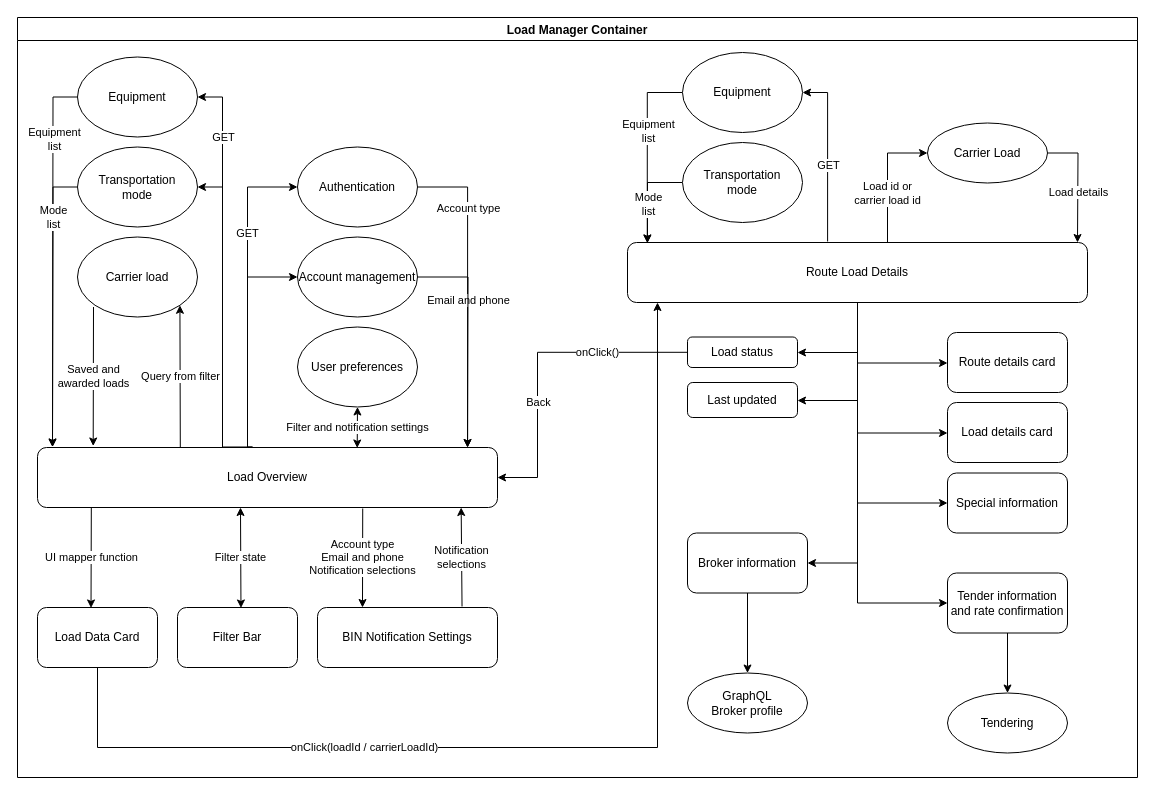
Earlier version of the draw.io diagram Untitled Diagram.drawio (eeevvaaa/drawio). Source tidied: cells renumbered, new cells numbered last; positions are measured from the earlier drawing's top-left corner, leaving out a move shared by most shapes. Both pictures are drawn from the tidied source at 100%, with x=0, y=0 at pixel (17, 17).
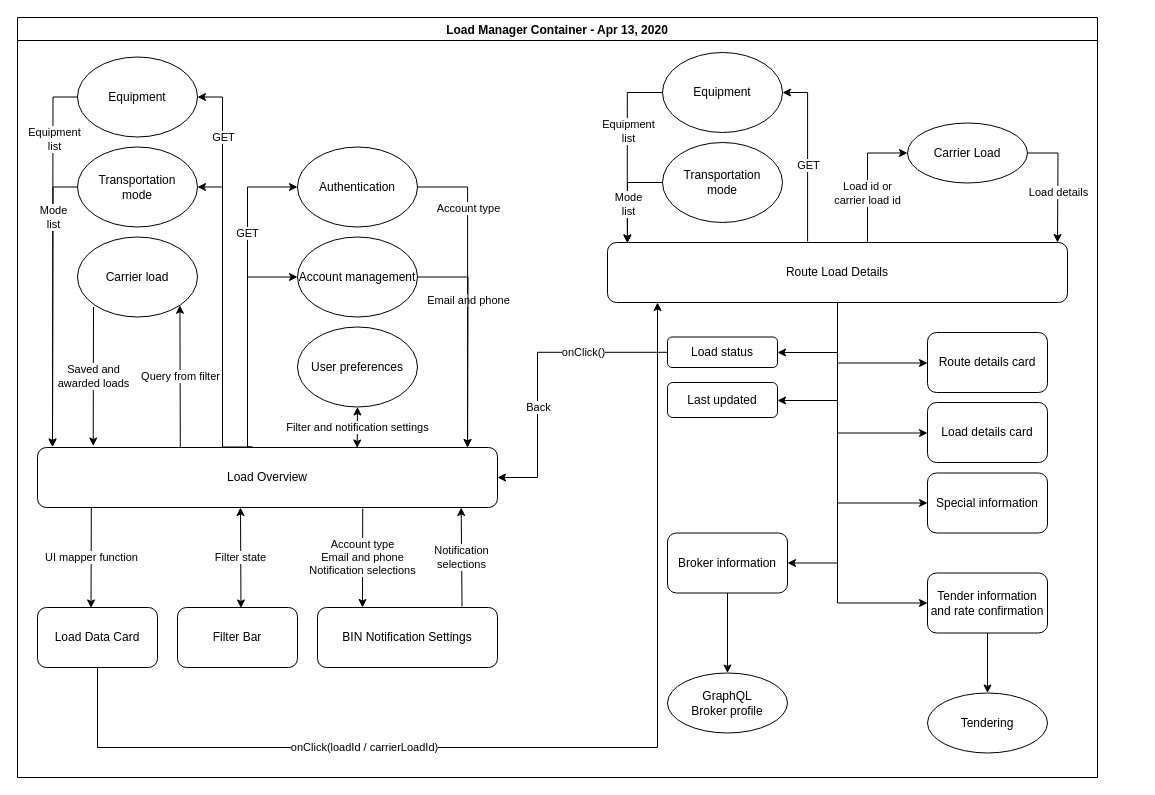
The same diagram, later.

Unchanged cells that the change refers to:
```xml
<mxCell id="62" value="onClick()" style="edgeStyle=orthogonalEdgeStyle;rounded=0;jettySize=auto;html=1;entryX=1;entryY=0.5;entryDx=0;entryDy=0;" parent="2" edge="1" source="64" target="11">
  <mxGeometry x="-0.43" relative="1" as="geometry">
    <Array as="points">
      <mxPoint x="520" y="335" />
      <mxPoint x="520" y="460" />
    </Array>
  </mxGeometry>
</mxCell>
```

Change to the diagram source:
```diff
@@
-<mxGraphModel>
+<mxGraphModel background="#FFFFFF">
@@
-    <mxCell id="2" value="Load Manager Container" style="swimlane;" parent="1" vertex="1">
-      <mxGeometry width="1120" height="760" as="geometry" />
+    <mxCell id="2" value="Load Manager Container - Apr 13, 2020" style="swimlane;" parent="1" vertex="1">
+      <mxGeometry width="1080" height="760" as="geometry" />
     </mxCell>
@@
     <mxCell id="34" value="Load id or&lt;br&gt;carrier load id" style="edgeStyle=orthogonalEdgeStyle;rounded=0;jettySize=auto;html=1;entryX=0;entryY=0.5;entryDx=0;entryDy=0;" parent="2" edge="1" source="35" target="53">
       <mxGeometry x="-0.24" relative="1" as="geometry">
         <Array as="points">
-          <mxPoint x="870" y="135.5" />
+          <mxPoint x="850" y="135.5" />
         </Array>
       </mxGeometry>
     </mxCell>
     <mxCell id="35" value="Route Load Details" style="whiteSpace=wrap;html=1;rounded=1;" parent="2" vertex="1">
-      <mxGeometry x="610" y="225" width="460" height="60" as="geometry" />
+      <mxGeometry x="590" y="225" width="460" height="60" as="geometry" />
     </mxCell>
@@
     <mxCell id="37" value="Route details card" style="whiteSpace=wrap;html=1;rounded=1;" parent="2" vertex="1">
-      <mxGeometry x="930" y="315" width="120" height="60" as="geometry" />
+      <mxGeometry x="910" y="315" width="120" height="60" as="geometry" />
     </mxCell>
     <mxCell id="38" style="edgeStyle=orthogonalEdgeStyle;rounded=0;jettySize=auto;html=1;" parent="2" edge="1" source="35" target="37">
       <mxGeometry relative="1" as="geometry">
         <Array as="points">
-          <mxPoint x="840" y="345.5" />
+          <mxPoint x="820" y="345.5" />
         </Array>
       </mxGeometry>
     </mxCell>
     <mxCell id="39" value="Load details card" style="whiteSpace=wrap;html=1;rounded=1;" parent="2" vertex="1">
-      <mxGeometry x="930" y="385" width="120" height="60" as="geometry" />
+      <mxGeometry x="910" y="385" width="120" height="60" as="geometry" />
     </mxCell>
     <mxCell id="40" style="edgeStyle=orthogonalEdgeStyle;rounded=0;jettySize=auto;html=1;" parent="2" edge="1" source="35" target="39">
       <mxGeometry relative="1" as="geometry">
         <Array as="points">
-          <mxPoint x="840" y="415.5" />
+          <mxPoint x="820" y="415.5" />
         </Array>
       </mxGeometry>
     </mxCell>
     <mxCell id="41" value="Special information" style="whiteSpace=wrap;html=1;rounded=1;" parent="2" vertex="1">
-      <mxGeometry x="930" y="455.5" width="120" height="60" as="geometry" />
+      <mxGeometry x="910" y="455.5" width="120" height="60" as="geometry" />
     </mxCell>
     <mxCell id="42" style="edgeStyle=orthogonalEdgeStyle;rounded=0;jettySize=auto;html=1;" parent="2" edge="1" source="35" target="41">
       <mxGeometry relative="1" as="geometry">
         <Array as="points">
-          <mxPoint x="840" y="485.5" />
+          <mxPoint x="820" y="485.5" />
         </Array>
       </mxGeometry>
     </mxCell>
     <mxCell id="43" value="Broker information" style="whiteSpace=wrap;html=1;rounded=1;" parent="2" vertex="1">
-      <mxGeometry x="670" y="515.5" width="120" height="60" as="geometry" />
+      <mxGeometry x="650" y="515.5" width="120" height="60" as="geometry" />
     </mxCell>
     <mxCell id="44" style="edgeStyle=orthogonalEdgeStyle;rounded=0;jettySize=auto;html=1;" parent="2" edge="1" source="35" target="43">
       <mxGeometry relative="1" as="geometry">
         <Array as="points">
-          <mxPoint x="840" y="545.5" />
+          <mxPoint x="820" y="545.5" />
         </Array>
       </mxGeometry>
     </mxCell>
     <mxCell id="45" value="Tender information&lt;br&gt;and rate confirmation" style="whiteSpace=wrap;html=1;rounded=1;" parent="2" vertex="1">
-      <mxGeometry x="930" y="555.5" width="120" height="60" as="geometry" />
+      <mxGeometry x="910" y="555.5" width="120" height="60" as="geometry" />
     </mxCell>
     <mxCell id="46" style="edgeStyle=orthogonalEdgeStyle;rounded=0;jettySize=auto;html=1;" parent="2" edge="1" source="35" target="45">
       <mxGeometry relative="1" as="geometry">
         <Array as="points">
-          <mxPoint x="840" y="585.5" />
+          <mxPoint x="820" y="585.5" />
         </Array>
       </mxGeometry>
     </mxCell>
     <mxCell id="47" value="GraphQL&lt;br&gt;Broker profile" style="ellipse;whiteSpace=wrap;html=1;rounded=1;" parent="2" vertex="1">
-      <mxGeometry x="670" y="655.5" width="120" height="60" as="geometry" />
+      <mxGeometry x="650" y="655.5" width="120" height="60" as="geometry" />
     </mxCell>
@@
     <mxCell id="49" value="Tendering" style="ellipse;whiteSpace=wrap;html=1;rounded=1;" parent="2" vertex="1">
-      <mxGeometry x="930" y="675.5" width="120" height="60" as="geometry" />
+      <mxGeometry x="910" y="675.5" width="120" height="60" as="geometry" />
     </mxCell>
@@
     <mxCell id="51" style="edgeStyle=orthogonalEdgeStyle;rounded=0;jettySize=auto;html=1;" parent="2" edge="1" source="53">
       <mxGeometry relative="1" as="geometry">
-        <mxPoint x="1060" y="225" as="targetPoint" />
+        <mxPoint x="1040" y="225" as="targetPoint" />
       </mxGeometry>
     </mxCell>
@@
     <mxCell id="53" value="Carrier Load" style="ellipse;whiteSpace=wrap;html=1;rounded=1;" parent="2" vertex="1">
-      <mxGeometry x="910" y="105.5" width="120" height="60" as="geometry" />
+      <mxGeometry x="890" y="105.5" width="120" height="60" as="geometry" />
     </mxCell>
     <mxCell id="54" style="edgeStyle=orthogonalEdgeStyle;rounded=0;jettySize=auto;html=1;entryX=1;entryY=0.5;entryDx=0;entryDy=0;exitX=0.435;exitY=-0.017;exitDx=0;exitDy=0;exitPerimeter=0;" parent="2" edge="1" source="35" target="58">
       <mxGeometry relative="1" as="geometry">
         <Array as="points">
-          <mxPoint x="810" y="75.5" />
+          <mxPoint x="790" y="75.5" />
         </Array>
       </mxGeometry>
     </mxCell>
@@
     <mxCell id="56" style="edgeStyle=orthogonalEdgeStyle;rounded=0;jettySize=auto;html=1;entryX=0.043;entryY=0.008;entryDx=0;entryDy=0;entryPerimeter=0;" parent="2" edge="1" source="58" target="35">
       <mxGeometry relative="1" as="geometry">
         <Array as="points">
-          <mxPoint x="630" y="75.5" />
+          <mxPoint x="610" y="75.5" />
         </Array>
       </mxGeometry>
     </mxCell>
@@
     <mxCell id="58" value="Equipment" style="ellipse;whiteSpace=wrap;html=1;" parent="2" vertex="1">
-      <mxGeometry x="665" y="35" width="120" height="80" as="geometry" />
+      <mxGeometry x="645" y="35" width="120" height="80" as="geometry" />
     </mxCell>
     <mxCell id="59" style="edgeStyle=orthogonalEdgeStyle;rounded=0;jettySize=auto;html=1;" parent="2" edge="1" source="61">
       <mxGeometry relative="1" as="geometry">
-        <mxPoint x="630" y="225.5" as="targetPoint" />
+        <mxPoint x="610" y="225.5" as="targetPoint" />
         <Array as="points">
-          <mxPoint x="630" y="165.5" />
-          <mxPoint x="630" y="165.5" />
+          <mxPoint x="610" y="165.5" />
+          <mxPoint x="610" y="165.5" />
         </Array>
       </mxGeometry>
     </mxCell>
@@
     <mxCell id="61" value="Transportation&lt;br&gt;mode" style="ellipse;whiteSpace=wrap;html=1;" parent="2" vertex="1">
-      <mxGeometry x="665" y="125" width="120" height="80" as="geometry" />
+      <mxGeometry x="645" y="125" width="120" height="80" as="geometry" />
     </mxCell>
@@
     <mxCell id="63" value="Back" style="edgeLabel;html=1;align=center;verticalAlign=middle;" parent="62" vertex="1">
       <mxGeometry x="-0.44" relative="1" as="geometry">
-        <mxPoint x="-62" y="50" as="offset" />
+        <mxPoint x="-47" y="55" as="offset" />
       </mxGeometry>
     </mxCell>
     <mxCell id="64" value="Load status" style="whiteSpace=wrap;html=1;rounded=1;" parent="2" vertex="1">
-      <mxGeometry x="670" y="319.5" width="110" height="30.5" as="geometry" />
+      <mxGeometry x="650" y="319.5" width="110" height="30.5" as="geometry" />
     </mxCell>
     <mxCell id="65" style="edgeStyle=orthogonalEdgeStyle;rounded=0;jettySize=auto;html=1;" parent="2" edge="1" source="35" target="64">
       <mxGeometry relative="1" as="geometry">
         <Array as="points">
-          <mxPoint x="840" y="335" />
+          <mxPoint x="820" y="335" />
         </Array>
       </mxGeometry>
     </mxCell>
     <mxCell id="66" value="Last updated" style="whiteSpace=wrap;html=1;rounded=1;" parent="2" vertex="1">
-      <mxGeometry x="670" y="365" width="110" height="35" as="geometry" />
+      <mxGeometry x="650" y="365" width="110" height="35" as="geometry" />
     </mxCell>
     <mxCell id="67" style="edgeStyle=orthogonalEdgeStyle;rounded=0;jettySize=auto;html=1;" parent="2" edge="1" source="35" target="66">
       <mxGeometry relative="1" as="geometry">
         <Array as="points">
-          <mxPoint x="840" y="383" />
+          <mxPoint x="820" y="383" />
         </Array>
       </mxGeometry>
     </mxCell>
```
